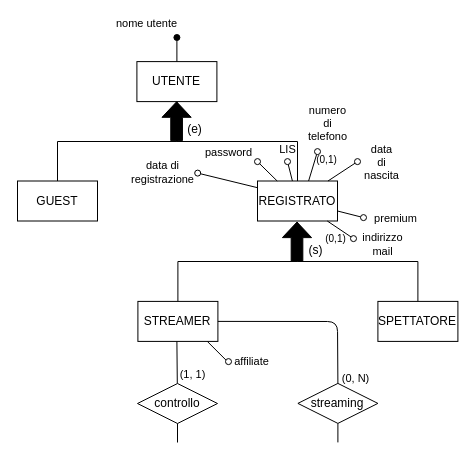
Earlier version of the draw.io diagram Progetto Esame - DBSperimentazioni A.A. 2023-2024/Diagrammi/generalizzazioni/2.3.2.1_gen_1a_cor.drawio (Mattron2000/Basi_di_dati). Source tidied: cells renumbered, new cells numbered last; positions are measured from the earlier drawing's top-left corner, leaving out a move shared by most shapes. Both pictures are drawn from the tidied source at 100%, with x=0, y=0 at pixel (17, 37).
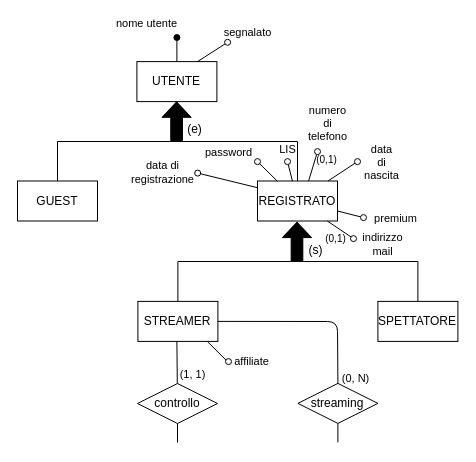
After the change.

Change to the diagram source:
```diff
@@
+    <mxCell id="44" style="endArrow=oval;html=1;fillStyle=auto;strokeWidth=1;startSize=6;endSize=6;fillColor=#000000;startArrow=none;startFill=0;endFill=0;exitX=0.75;exitY=0;exitDx=0;exitDy=0;" parent="1" edge="1">
+      <mxGeometry relative="1" as="geometry">
+        <mxPoint x="180" y="24.1" as="sourcePoint" />
+        <mxPoint x="210.1" y="4.8" as="targetPoint" />
+      </mxGeometry>
+    </mxCell>
+    <mxCell id="45" value="&lt;font style=&quot;font-size: 11px;&quot;&gt;segnalato&lt;/font&gt;" style="text;html=1;align=center;verticalAlign=middle;strokeColor=none;fillColor=none;" parent="1" vertex="1">
+      <mxGeometry x="195.3" y="-20.3" width="70" height="30" as="geometry" />
+    </mxCell>
```
